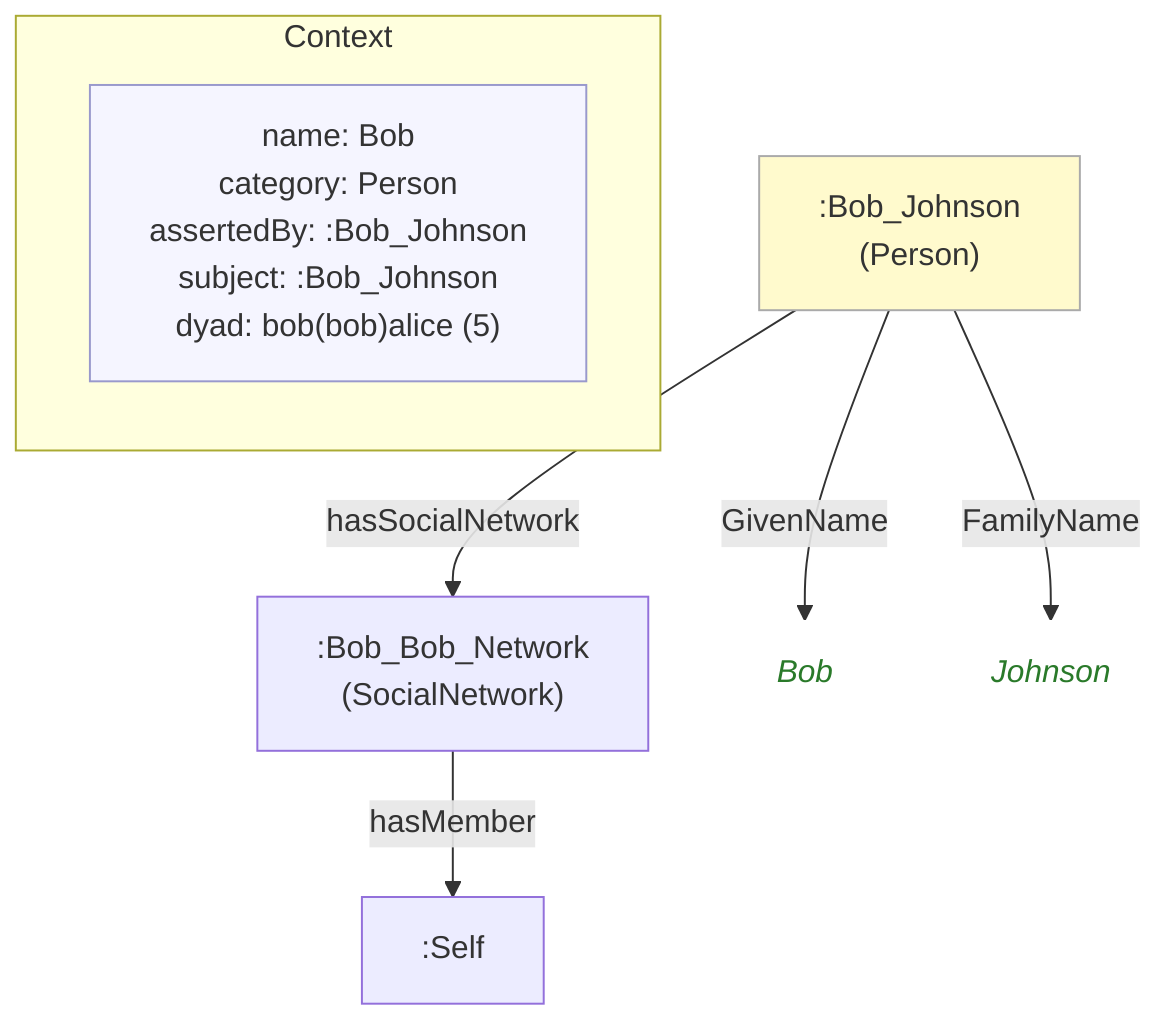
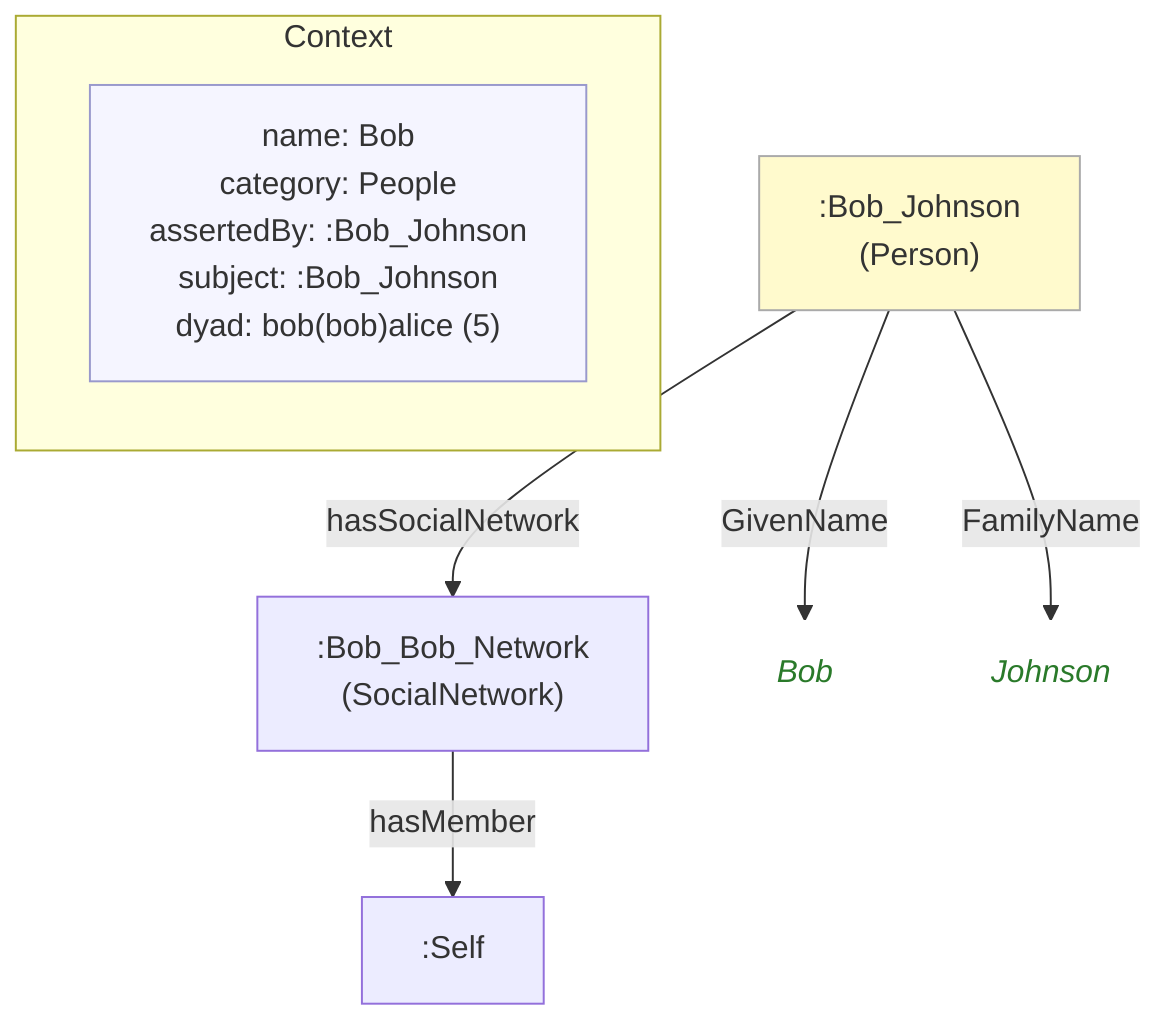
- %% ContextCategory: context:Person
+ %% ContextCategory: context:People
flowchart TD
    classDef person fill:#fffacd,stroke:#aaa,color:#333
    classDef grp    fill:#d4edda,stroke:#aaa,color:#333
    classDef org    fill:#cce5ff,stroke:#aaa,color:#333
    classDef lit    fill:none,stroke:none,font-style:italic,color:#2a7a2a
    classDef meta   fill:#f5f5ff,stroke:#9999cc,color:#333

    subgraph ctx["Context"]
        direction LR
-         ctx_meta["name: Bob\ncategory: Person\nassertedBy: :Bob_Johnson\nsubject: :Bob_Johnson\ndyad: bob(bob)alice (5)"]:::meta
+         ctx_meta["name: Bob\ncategory: People\nassertedBy: :Bob_Johnson\nsubject: :Bob_Johnson\ndyad: bob(bob)alice (5)"]:::meta
    end

    n19c34148fc05[":Bob_Bob_Network\n(SocialNetwork)"]
    n89768dce3f8b[":Self"]
    n166b15bd501b[":Bob_Johnson\n(Person)"]:::person
-     nef769172a29b("Bob"):::lit
-     na91b78577f91("Johnson"):::lit
+     n1316d6afbb23("Bob"):::lit
+     ndcefe1308c06("Johnson"):::lit

    n19c34148fc05 -->|"hasMember"| n89768dce3f8b
-     n166b15bd501b -->|"GivenName"| nef769172a29b
-     n166b15bd501b -->|"FamilyName"| na91b78577f91
+     n166b15bd501b -->|"GivenName"| n1316d6afbb23
+     n166b15bd501b -->|"FamilyName"| ndcefe1308c06
    n166b15bd501b -->|"hasSocialNetwork"| n19c34148fc05
